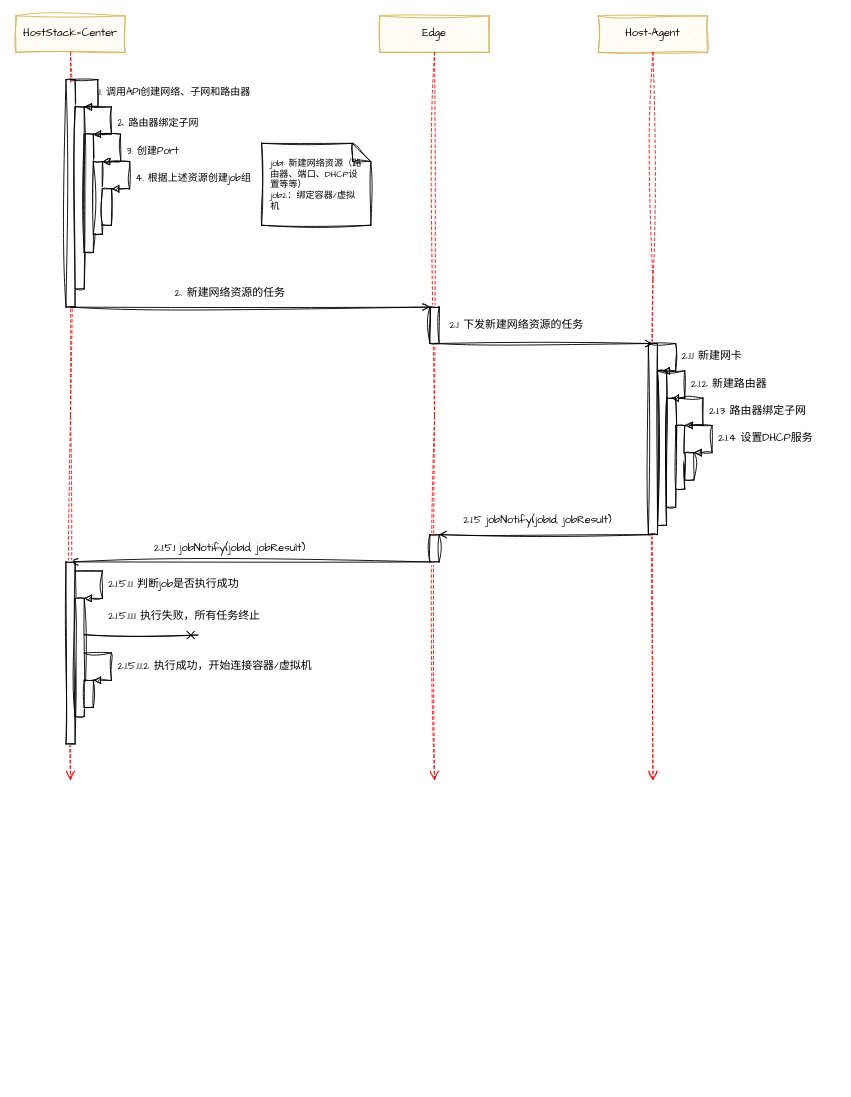
This is page "时序图" (5 of 5) of test.drawio from wangkuntian/draw, a draw.io file, before an edit. Source tidied: cells renumbered, new cells numbered last; positions are measured from the earlier drawing's top-left corner, leaving out a move shared by most shapes. Both pictures are drawn from the tidied source at 91%, with x=0, y=0 at pixel (15, 15).
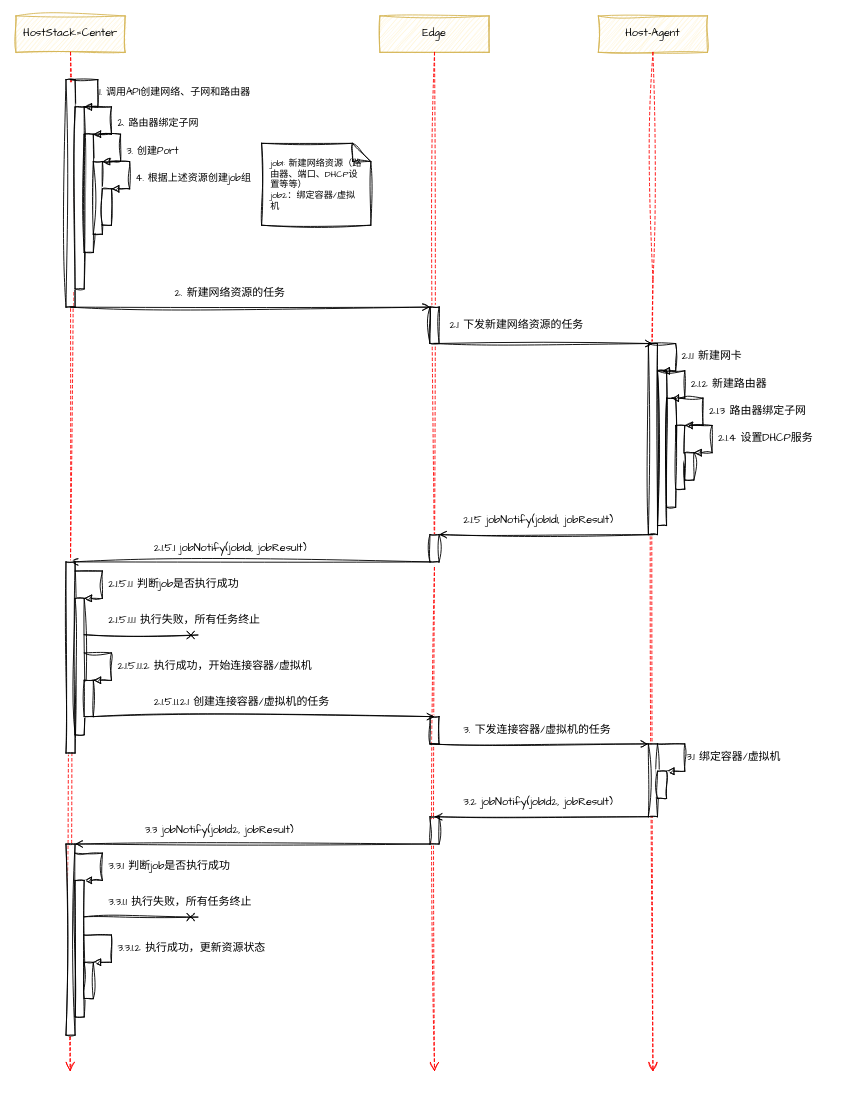
The same page after the edit.

The change refers to these unchanged cells:
```xml
<mxCell id="2" value="HostStack=Center" style="rounded=0;whiteSpace=wrap;html=1;arcSize=40;sketch=1;hachureGap=4;jiggle=2;curveFitting=1;fontFamily=Architects Daughter;fillColor=#fff2cc;strokeColor=#d6b656;" parent="1" vertex="1">
  <mxGeometry width="120" height="40" as="geometry" />
</mxCell>
<mxCell id="4" value="Edge" style="rounded=0;whiteSpace=wrap;html=1;arcSize=40;sketch=1;hachureGap=4;jiggle=2;curveFitting=1;fontFamily=Architects Daughter;fillColor=#fff2cc;strokeColor=#d6b656;" parent="1" vertex="1">
  <mxGeometry x="400" width="120" height="40" as="geometry" />
</mxCell>
```

What changed in the source:
```diff
@@
-    <mxCell id="3" style="edgeStyle=orthogonalEdgeStyle;html=1;verticalAlign=bottom;endArrow=open;endSize=8;strokeColor=#ff0000;rounded=0;sketch=1;hachureGap=4;jiggle=2;curveFitting=1;fontFamily=Architects Daughter;dashed=1;" parent="1" edge="1" source="2">
+    <mxCell id="3" style="edgeStyle=orthogonalEdgeStyle;html=1;verticalAlign=bottom;endArrow=open;endSize=8;strokeColor=#ff0000;rounded=0;sketch=1;hachureGap=4;jiggle=2;curveFitting=1;fontFamily=Architects Daughter;dashed=1;exitX=0.5;exitY=1;exitDx=0;exitDy=0;" parent="1" edge="1" source="2">
       <mxGeometry relative="1" as="geometry">
-        <mxPoint x="60" y="840" as="targetPoint" />
+        <mxPoint x="59.7" y="1160" as="targetPoint" />
       </mxGeometry>
     </mxCell>
@@
     <mxCell id="5" style="edgeStyle=orthogonalEdgeStyle;html=1;verticalAlign=bottom;endArrow=open;endSize=8;strokeColor=#ff0000;rounded=0;sketch=1;hachureGap=4;jiggle=2;curveFitting=1;fontFamily=Architects Daughter;dashed=1;" parent="1" edge="1" source="4">
       <mxGeometry relative="1" as="geometry">
-        <mxPoint x="460" y="840" as="targetPoint" />
+        <mxPoint x="460" y="1160" as="targetPoint" />
       </mxGeometry>
     </mxCell>
@@
     <mxCell id="25" style="edgeStyle=orthogonalEdgeStyle;html=1;verticalAlign=bottom;endArrow=open;endSize=8;strokeColor=#ff0000;rounded=0;sketch=1;hachureGap=4;jiggle=2;curveFitting=1;fontFamily=Architects Daughter;dashed=1;" parent="1" edge="1">
       <mxGeometry relative="1" as="geometry">
         <mxPoint x="700" y="40" as="sourcePoint" />
-        <mxPoint x="700" y="840" as="targetPoint" />
+        <mxPoint x="700" y="1160" as="targetPoint" />
         <Array as="points">
           <mxPoint x="700" y="290" />
           <mxPoint x="700" y="290" />
         </Array>
       </mxGeometry>
     </mxCell>
@@
-    <mxCell id="40" value="2.1.5 jobNotify(jobId, jobResult)" style="text;html=1;align=left;verticalAlign=middle;strokeColor=none;fillColor=none;fontFamily=Architects Daughter;" parent="1" vertex="1">
+    <mxCell id="40" value="2.1.5 jobNotify(jobId1, jobResult)" style="text;html=1;align=left;verticalAlign=middle;strokeColor=none;fillColor=none;fontFamily=Architects Daughter;" parent="1" vertex="1">
       <mxGeometry x="490" y="540" width="190" height="30" as="geometry" />
     </mxCell>
@@
-    <mxCell id="44" value="2.1.5.1 jobNotify(jobId, jobResult)" style="text;html=1;align=left;verticalAlign=middle;strokeColor=none;fillColor=none;fontFamily=Architects Daughter;" parent="1" vertex="1">
+    <mxCell id="44" value="2.1.5.1 jobNotify(jobId1, jobResult)" style="text;html=1;align=left;verticalAlign=middle;strokeColor=none;fillColor=none;fontFamily=Architects Daughter;" parent="1" vertex="1">
       <mxGeometry x="150" y="570" width="190" height="30" as="geometry" />
     </mxCell>
     <mxCell id="45" style="html=1;perimeter=orthogonalPerimeter;targetShapes=umlLifeline;newEdgeStyle={&quot;curved&quot;:0,&quot;rounded&quot;:0};sketch=1;hachureGap=4;jiggle=2;curveFitting=1;fontFamily=Architects Daughter;" parent="1" vertex="1">
-      <mxGeometry x="55" y="600" width="10" height="200" as="geometry" />
+      <mxGeometry x="55" y="600" width="10" height="210" as="geometry" />
     </mxCell>
@@
     <mxCell id="47" style="html=1;points=[[0,0,0,0,5],[0,1,0,0,-5],[1,0,0,0,5],[1,1,0,0,-5]];perimeter=orthogonalPerimeter;outlineConnect=0;targetShapes=umlLifeline;portConstraint=eastwest;newEdgeStyle={&quot;curved&quot;:0,&quot;rounded&quot;:0};sketch=1;hachureGap=4;jiggle=2;curveFitting=1;fontFamily=Architects Daughter;" parent="1" vertex="1">
-      <mxGeometry x="65" y="640" width="10" height="130" as="geometry" />
+      <mxGeometry x="65" y="640" width="10" height="150" as="geometry" />
     </mxCell>
@@
     <mxCell id="50" value="2.1.5.1.1.1 执行失败，所有任务终止" style="text;html=1;align=left;verticalAlign=middle;strokeColor=none;fillColor=none;fontFamily=Architects Daughter;" parent="1" vertex="1">
-      <mxGeometry x="100" y="645" width="190" height="30" as="geometry" />
+      <mxGeometry x="100" y="650" width="190" height="30" as="geometry" />
     </mxCell>
@@
     <mxCell id="52" style="html=1;perimeter=orthogonalPerimeter;targetShapes=umlLifeline;newEdgeStyle={&quot;curved&quot;:0,&quot;rounded&quot;:0};sketch=1;hachureGap=4;jiggle=2;curveFitting=1;fontFamily=Architects Daughter;" parent="1" vertex="1">
-      <mxGeometry x="75" y="730" width="10" height="30" as="geometry" />
+      <mxGeometry x="75" y="730" width="10" height="40" as="geometry" />
     </mxCell>
@@
+    <mxCell id="55" value="2.1.5.1.1.2.1 创建连接容器/虚拟机的任务" style="text;html=1;align=left;verticalAlign=middle;strokeColor=none;fillColor=none;fontFamily=Architects Daughter;" parent="1" vertex="1">
+      <mxGeometry x="150" y="740" width="220" height="30" as="geometry" />
+    </mxCell>
+    <mxCell id="56" style="html=1;perimeter=orthogonalPerimeter;targetShapes=umlLifeline;newEdgeStyle={&quot;curved&quot;:0,&quot;rounded&quot;:0};sketch=1;hachureGap=4;jiggle=2;curveFitting=1;fontFamily=Architects Daughter;" parent="1" vertex="1">
+      <mxGeometry x="455" y="770" width="10" height="30" as="geometry" />
+    </mxCell>
+    <mxCell id="57" style="edgeStyle=none;orthogonalLoop=1;jettySize=auto;html=1;rounded=0;sketch=1;hachureGap=4;jiggle=2;curveFitting=1;fontFamily=Architects Daughter;endArrow=open;endFill=0;" parent="1" edge="1">
+      <mxGeometry relative="1" as="geometry">
+        <mxPoint x="85" y="770" as="sourcePoint" />
+        <mxPoint x="460" y="770" as="targetPoint" />
+      </mxGeometry>
+    </mxCell>
+    <mxCell id="58" style="edgeStyle=none;orthogonalLoop=1;jettySize=auto;html=1;rounded=0;sketch=1;hachureGap=4;jiggle=2;curveFitting=1;fontFamily=Architects Daughter;endArrow=open;endFill=0;" parent="1" edge="1">
+      <mxGeometry relative="1" as="geometry">
+        <mxPoint x="455" y="800" as="sourcePoint" />
+        <mxPoint x="695" y="800" as="targetPoint" />
+      </mxGeometry>
+    </mxCell>
+    <mxCell id="59" style="html=1;perimeter=orthogonalPerimeter;targetShapes=umlLifeline;newEdgeStyle={&quot;curved&quot;:0,&quot;rounded&quot;:0};sketch=1;hachureGap=4;jiggle=2;curveFitting=1;fontFamily=Architects Daughter;" parent="1" vertex="1">
+      <mxGeometry x="695" y="800" width="10" height="80" as="geometry" />
+    </mxCell>
+    <mxCell id="60" value="3. 下发连接容器/虚拟机的任务" style="text;html=1;align=left;verticalAlign=middle;strokeColor=none;fillColor=none;fontFamily=Architects Daughter;" parent="1" vertex="1">
+      <mxGeometry x="490" y="770" width="190" height="30" as="geometry" />
+    </mxCell>
+    <mxCell id="61" style="html=1;align=left;spacingLeft=2;endArrow=block;rounded=0;edgeStyle=orthogonalEdgeStyle;curved=0;rounded=0;sketch=1;hachureGap=4;jiggle=2;curveFitting=1;fontFamily=Architects Daughter;" parent="1" edge="1" target="62">
+      <mxGeometry x="0.33" y="50" relative="1" as="geometry">
+        <mxPoint x="705" y="800" as="sourcePoint" />
+        <Array as="points">
+          <mxPoint x="735" y="800" />
+          <mxPoint x="735" y="830" />
+        </Array>
+      </mxGeometry>
+    </mxCell>
+    <mxCell id="62" style="html=1;points=[[0,0,0,0,5],[0,1,0,0,-5],[1,0,0,0,5],[1,1,0,0,-5]];perimeter=orthogonalPerimeter;outlineConnect=0;targetShapes=umlLifeline;portConstraint=eastwest;newEdgeStyle={&quot;curved&quot;:0,&quot;rounded&quot;:0};sketch=1;hachureGap=4;jiggle=2;curveFitting=1;fontFamily=Architects Daughter;" parent="1" vertex="1">
+      <mxGeometry x="705" y="830" width="10" height="30" as="geometry" />
+    </mxCell>
+    <mxCell id="63" value="3.1 绑定容器/虚拟机" style="text;html=1;align=left;verticalAlign=middle;strokeColor=none;fillColor=none;fontFamily=Architects Daughter;" parent="1" vertex="1">
+      <mxGeometry x="735" y="800" width="130" height="30" as="geometry" />
+    </mxCell>
+    <mxCell id="64" style="edgeStyle=none;orthogonalLoop=1;jettySize=auto;html=1;rounded=0;sketch=1;hachureGap=4;jiggle=2;curveFitting=1;fontFamily=Architects Daughter;endArrow=none;endFill=0;startArrow=open;startFill=0;" parent="1" edge="1">
+      <mxGeometry relative="1" as="geometry">
+        <mxPoint x="460" y="880" as="sourcePoint" />
+        <mxPoint x="695" y="880" as="targetPoint" />
+      </mxGeometry>
+    </mxCell>
+    <mxCell id="65" style="html=1;perimeter=orthogonalPerimeter;targetShapes=umlLifeline;newEdgeStyle={&quot;curved&quot;:0,&quot;rounded&quot;:0};sketch=1;hachureGap=4;jiggle=2;curveFitting=1;fontFamily=Architects Daughter;" parent="1" vertex="1">
+      <mxGeometry x="455" y="880" width="10" height="30" as="geometry" />
+    </mxCell>
+    <mxCell id="66" value="3.2 jobNotify(jobId2, jobResult)" style="text;html=1;align=left;verticalAlign=middle;strokeColor=none;fillColor=none;fontFamily=Architects Daughter;" parent="1" vertex="1">
+      <mxGeometry x="490" y="850" width="190" height="30" as="geometry" />
+    </mxCell>
+    <mxCell id="67" style="edgeStyle=none;orthogonalLoop=1;jettySize=auto;html=1;rounded=0;sketch=1;hachureGap=4;jiggle=2;curveFitting=1;fontFamily=Architects Daughter;endArrow=none;endFill=0;startArrow=open;startFill=0;" parent="1" edge="1">
+      <mxGeometry relative="1" as="geometry">
+        <mxPoint x="65" y="910" as="sourcePoint" />
+        <mxPoint x="455" y="910" as="targetPoint" />
+      </mxGeometry>
+    </mxCell>
+    <mxCell id="68" value="3.3 jobNotify(jobId2, jobResult)" style="text;html=1;align=left;verticalAlign=middle;strokeColor=none;fillColor=none;fontFamily=Architects Daughter;" parent="1" vertex="1">
+      <mxGeometry x="140" y="880" width="190" height="30" as="geometry" />
+    </mxCell>
+    <mxCell id="69" style="html=1;perimeter=orthogonalPerimeter;targetShapes=umlLifeline;newEdgeStyle={&quot;curved&quot;:0,&quot;rounded&quot;:0};sketch=1;hachureGap=4;jiggle=2;curveFitting=1;fontFamily=Architects Daughter;" parent="1" vertex="1">
+      <mxGeometry x="55" y="910" width="10" height="210" as="geometry" />
+    </mxCell>
+    <mxCell id="70" style="html=1;align=left;spacingLeft=2;endArrow=block;rounded=0;edgeStyle=orthogonalEdgeStyle;curved=0;rounded=0;sketch=1;hachureGap=4;jiggle=2;curveFitting=1;fontFamily=Architects Daughter;" parent="1" edge="1" target="71">
+      <mxGeometry x="0.33" y="50" relative="1" as="geometry">
+        <mxPoint x="65" y="920" as="sourcePoint" />
+        <Array as="points">
+          <mxPoint x="95" y="920" />
+          <mxPoint x="95" y="950" />
+        </Array>
+      </mxGeometry>
+    </mxCell>
+    <mxCell id="71" style="html=1;points=[[0,0,0,0,5],[0,1,0,0,-5],[1,0,0,0,5],[1,1,0,0,-5]];perimeter=orthogonalPerimeter;outlineConnect=0;targetShapes=umlLifeline;portConstraint=eastwest;newEdgeStyle={&quot;curved&quot;:0,&quot;rounded&quot;:0};sketch=1;hachureGap=4;jiggle=2;curveFitting=1;fontFamily=Architects Daughter;" parent="1" vertex="1">
+      <mxGeometry x="65" y="950" width="10" height="150" as="geometry" />
+    </mxCell>
+    <mxCell id="72" value="3.3.1 判断job是否执行成功" style="text;html=1;align=left;verticalAlign=middle;strokeColor=none;fillColor=none;fontFamily=Architects Daughter;" parent="1" vertex="1">
+      <mxGeometry x="100" y="920" width="160" height="30" as="geometry" />
+    </mxCell>
+    <mxCell id="73" style="edgeStyle=none;orthogonalLoop=1;jettySize=auto;html=1;rounded=0;sketch=1;hachureGap=4;jiggle=2;curveFitting=1;fontFamily=Architects Daughter;endArrow=cross;endFill=0;" parent="1" edge="1">
+      <mxGeometry relative="1" as="geometry">
+        <mxPoint x="75" y="990" as="sourcePoint" />
+        <mxPoint x="200" y="990.3" as="targetPoint" />
+      </mxGeometry>
+    </mxCell>
+    <mxCell id="74" value="3.3.1.1 执行失败，所有任务终止" style="text;html=1;align=left;verticalAlign=middle;strokeColor=none;fillColor=none;fontFamily=Architects Daughter;" parent="1" vertex="1">
+      <mxGeometry x="100" y="960" width="180" height="30" as="geometry" />
+    </mxCell>
+    <mxCell id="75" style="html=1;align=left;spacingLeft=2;endArrow=block;rounded=0;edgeStyle=orthogonalEdgeStyle;curved=0;rounded=0;sketch=1;hachureGap=4;jiggle=2;curveFitting=1;fontFamily=Architects Daughter;" parent="1" edge="1">
+      <mxGeometry x="0.33" y="50" relative="1" as="geometry">
+        <mxPoint x="75" y="1010" as="sourcePoint" />
+        <mxPoint x="85" y="1040" as="targetPoint" />
+        <Array as="points">
+          <mxPoint x="105" y="1010" />
+          <mxPoint x="105" y="1040" />
+        </Array>
+      </mxGeometry>
+    </mxCell>
+    <mxCell id="76" style="html=1;perimeter=orthogonalPerimeter;targetShapes=umlLifeline;newEdgeStyle={&quot;curved&quot;:0,&quot;rounded&quot;:0};sketch=1;hachureGap=4;jiggle=2;curveFitting=1;fontFamily=Architects Daughter;" parent="1" vertex="1">
+      <mxGeometry x="75" y="1040" width="10" height="40" as="geometry" />
+    </mxCell>
+    <mxCell id="77" value="3.3.1.2 执行成功，更新资源状态" style="text;html=1;align=left;verticalAlign=middle;strokeColor=none;fillColor=none;fontFamily=Architects Daughter;" parent="1" vertex="1">
+      <mxGeometry x="110" y="1010" width="190" height="30" as="geometry" />
+    </mxCell>
```
